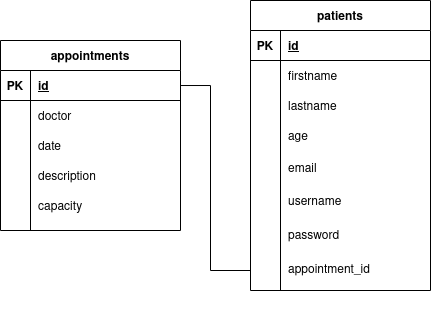
Earlier version of the draw.io export sketch/db.png (kevindoubleu/COMPFEST-Hospital). Source tidied: cells renumbered, new cells last; positions are measured from the earlier drawing's top-left corner, leaving out a move shared by most shapes. The source it was exported from:
```xml
<mxGraphModel>
  <root>
    <mxCell id="0" />
    <mxCell id="1" parent="0" />
    <mxCell id="2" value="appointments" style="shape=table;startSize=30;rowLines=0;fontStyle=1;align=center;" parent="1" vertex="1">
      <mxGeometry y="40" width="180" height="190" as="geometry" />
    </mxCell>
    <mxCell id="3" style="shape=partialRectangle;fillColor=none;top=0;left=0;bottom=1;right=0;points=[[0,0.5],[1,0.5]];portConstraint=eastwest;" parent="2" vertex="1">
      <mxGeometry y="30" width="180" height="30" as="geometry" />
    </mxCell>
    <mxCell id="4" value="PK" style="shape=partialRectangle;fillColor=none;top=0;left=0;bottom=0;right=0;fontStyle=1;overflow=hidden;" parent="3" vertex="1">
      <mxGeometry width="30" height="30" as="geometry" />
    </mxCell>
    <mxCell id="5" value="id" style="shape=partialRectangle;fillColor=none;top=0;left=0;bottom=0;right=0;align=left;spacingLeft=6;fontStyle=5;overflow=hidden;" parent="3" vertex="1">
      <mxGeometry x="30" width="150" height="30" as="geometry" />
    </mxCell>
    <mxCell id="6" style="shape=partialRectangle;fillColor=none;top=0;left=0;bottom=0;right=0;" parent="2" vertex="1">
      <mxGeometry y="60" width="180" height="30" as="geometry" />
    </mxCell>
    <mxCell id="7" style="shape=partialRectangle;fillColor=none;top=0;left=0;bottom=0;right=0;overflow=hidden;" parent="6" vertex="1">
      <mxGeometry width="30" height="30" as="geometry" />
    </mxCell>
    <mxCell id="8" value="doctor" style="shape=partialRectangle;fillColor=none;top=0;left=0;bottom=0;right=0;align=left;spacingLeft=6;overflow=hidden;" parent="6" vertex="1">
      <mxGeometry x="30" width="150" height="30" as="geometry" />
    </mxCell>
    <mxCell id="9" style="shape=partialRectangle;fillColor=none;top=0;left=0;bottom=0;right=0;" parent="2" vertex="1">
      <mxGeometry y="90" width="180" height="30" as="geometry" />
    </mxCell>
    <mxCell id="10" style="shape=partialRectangle;fillColor=none;top=0;left=0;bottom=0;right=0;overflow=hidden;" parent="9" vertex="1">
      <mxGeometry width="30" height="30" as="geometry" />
    </mxCell>
    <mxCell id="11" value="date" style="shape=partialRectangle;fillColor=none;top=0;left=0;bottom=0;right=0;align=left;spacingLeft=6;overflow=hidden;" parent="9" vertex="1">
      <mxGeometry x="30" width="150" height="30" as="geometry" />
    </mxCell>
    <mxCell id="12" style="shape=partialRectangle;fillColor=none;top=0;left=0;bottom=0;right=0;" parent="2" vertex="1">
      <mxGeometry y="120" width="180" height="30" as="geometry" />
    </mxCell>
    <mxCell id="13" style="shape=partialRectangle;fillColor=none;top=0;left=0;bottom=0;right=0;overflow=hidden;" parent="12" vertex="1">
      <mxGeometry width="30" height="30" as="geometry" />
    </mxCell>
    <mxCell id="14" value="description" style="shape=partialRectangle;fillColor=none;top=0;left=0;bottom=0;right=0;align=left;spacingLeft=6;overflow=hidden;" parent="12" vertex="1">
      <mxGeometry x="30" width="150" height="30" as="geometry" />
    </mxCell>
    <mxCell id="15" style="group;" parent="1" vertex="1">
      <mxGeometry x="250" width="180" height="310" as="geometry" />
    </mxCell>
    <mxCell id="16" value="patients" style="shape=table;startSize=30;rowLines=0;fontStyle=1;align=center;" parent="15" vertex="1">
      <mxGeometry width="180" height="290" as="geometry" />
    </mxCell>
    <mxCell id="17" style="shape=partialRectangle;fillColor=none;top=0;left=0;bottom=1;right=0;" parent="16" vertex="1">
      <mxGeometry y="30" width="180" height="30" as="geometry" />
    </mxCell>
    <mxCell id="18" value="PK" style="shape=partialRectangle;fillColor=none;top=0;left=0;bottom=0;right=0;fontStyle=1;overflow=hidden;" parent="17" vertex="1">
      <mxGeometry width="30" height="30" as="geometry" />
    </mxCell>
    <mxCell id="19" value="id" style="shape=partialRectangle;fillColor=none;top=0;left=0;bottom=0;right=0;align=left;spacingLeft=6;fontStyle=5;overflow=hidden;" parent="17" vertex="1">
      <mxGeometry x="30" width="150" height="30" as="geometry" />
    </mxCell>
    <mxCell id="20" style="shape=partialRectangle;fillColor=none;top=0;left=0;bottom=0;right=0;" parent="16" vertex="1">
      <mxGeometry y="60" width="180" height="30" as="geometry" />
    </mxCell>
    <mxCell id="21" style="shape=partialRectangle;fillColor=none;top=0;left=0;bottom=0;right=0;overflow=hidden;" parent="20" vertex="1">
      <mxGeometry width="30" height="30" as="geometry" />
    </mxCell>
    <mxCell id="22" value="firstname" style="shape=partialRectangle;fillColor=none;top=0;left=0;bottom=0;right=0;align=left;spacingLeft=6;overflow=hidden;" parent="20" vertex="1">
      <mxGeometry x="30" width="150" height="30" as="geometry" />
    </mxCell>
    <mxCell id="23" style="shape=partialRectangle;fillColor=none;top=0;left=0;bottom=0;right=0;" parent="16" vertex="1">
      <mxGeometry y="90" width="180" height="30" as="geometry" />
    </mxCell>
    <mxCell id="24" style="shape=partialRectangle;fillColor=none;top=0;left=0;bottom=0;right=0;overflow=hidden;" parent="23" vertex="1">
      <mxGeometry width="30" height="30" as="geometry" />
    </mxCell>
    <mxCell id="25" value="lastname" style="shape=partialRectangle;fillColor=none;top=0;left=0;bottom=0;right=0;align=left;spacingLeft=6;overflow=hidden;" parent="23" vertex="1">
      <mxGeometry x="30" width="150" height="30" as="geometry" />
    </mxCell>
    <mxCell id="26" style="shape=partialRectangle;fillColor=none;top=0;left=0;bottom=0;right=0;" parent="16" vertex="1">
      <mxGeometry y="120" width="180" height="30" as="geometry" />
    </mxCell>
    <mxCell id="27" style="shape=partialRectangle;fillColor=none;top=0;left=0;bottom=0;right=0;overflow=hidden;" parent="26" vertex="1">
      <mxGeometry width="30" height="30" as="geometry" />
    </mxCell>
    <mxCell id="28" value="age" style="shape=partialRectangle;fillColor=none;top=0;left=0;bottom=0;right=0;align=left;spacingLeft=6;overflow=hidden;" parent="26" vertex="1">
      <mxGeometry x="30" width="150" height="30" as="geometry" />
    </mxCell>
    <mxCell id="29" value="email" style="shape=partialRectangle;fillColor=none;top=0;left=0;bottom=0;right=0;align=left;spacingLeft=6;overflow=hidden;" parent="15" vertex="1">
      <mxGeometry x="30" y="150" width="150" height="33.6" as="geometry" />
    </mxCell>
    <mxCell id="30" value="username" style="shape=partialRectangle;fillColor=none;top=0;left=0;bottom=0;right=0;align=left;spacingLeft=6;overflow=hidden;" parent="15" vertex="1">
      <mxGeometry x="30" y="183.6" width="150" height="33.6" as="geometry" />
    </mxCell>
    <mxCell id="31" value="password" style="shape=partialRectangle;fillColor=none;top=0;left=0;bottom=0;right=0;align=left;spacingLeft=6;overflow=hidden;" parent="15" vertex="1">
      <mxGeometry x="30" y="217.2" width="150" height="33.6" as="geometry" />
    </mxCell>
    <mxCell id="32" value="appointment_id" style="shape=partialRectangle;fillColor=none;top=0;left=0;bottom=0;right=0;align=left;spacingLeft=6;overflow=hidden;" parent="15" vertex="1">
      <mxGeometry x="30" y="250.8" width="150" height="33.6" as="geometry" />
    </mxCell>
    <mxCell id="33" style="edgeStyle=orthogonalEdgeStyle;rounded=0;jettySize=auto;html=1;endArrow=none;endFill=0;" parent="1" edge="1" source="3">
      <mxGeometry relative="1" as="geometry">
        <mxPoint x="250" y="270" as="targetPoint" />
        <Array as="points">
          <mxPoint x="210" y="85" />
          <mxPoint x="210" y="270" />
        </Array>
      </mxGeometry>
    </mxCell>
    <mxCell id="34" value="capacity" style="shape=partialRectangle;fillColor=none;top=0;left=0;bottom=0;right=0;align=left;spacingLeft=6;overflow=hidden;" parent="1" vertex="1">
      <mxGeometry x="30" y="190" width="150" height="30" as="geometry" />
    </mxCell>
  </root>
</mxGraphModel>
```
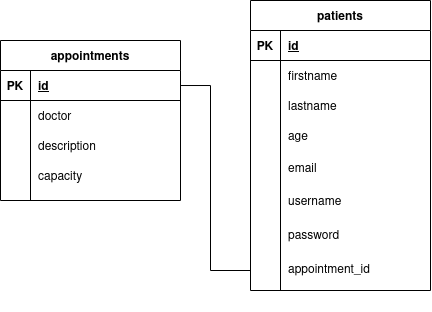
The same diagram one commit later.

What changed in the source:
```diff
@@ -3,7 +3,7 @@
     <mxCell id="0" />
     <mxCell id="1" parent="0" />
     <mxCell id="2" value="appointments" style="shape=table;startSize=30;rowLines=0;fontStyle=1;align=center;" parent="1" vertex="1">
-      <mxGeometry y="40" width="180" height="190" as="geometry" />
+      <mxGeometry y="40" width="180" height="160" as="geometry" />
     </mxCell>
     <mxCell id="3" style="shape=partialRectangle;fillColor=none;top=0;left=0;bottom=1;right=0;points=[[0,0.5],[1,0.5]];portConstraint=eastwest;" parent="2" vertex="1">
       <mxGeometry y="30" width="180" height="30" as="geometry" />
@@ -29,7 +29,7 @@
     <mxCell id="10" style="shape=partialRectangle;fillColor=none;top=0;left=0;bottom=0;right=0;overflow=hidden;" parent="9" vertex="1">
       <mxGeometry width="30" height="30" as="geometry" />
     </mxCell>
-    <mxCell id="11" value="date" style="shape=partialRectangle;fillColor=none;top=0;left=0;bottom=0;right=0;align=left;spacingLeft=6;overflow=hidden;" parent="9" vertex="1">
+    <mxCell id="11" value="description" style="shape=partialRectangle;fillColor=none;top=0;left=0;bottom=0;right=0;align=left;spacingLeft=6;overflow=hidden;" parent="9" vertex="1">
       <mxGeometry x="30" width="150" height="30" as="geometry" />
     </mxCell>
     <mxCell id="12" style="shape=partialRectangle;fillColor=none;top=0;left=0;bottom=0;right=0;" parent="2" vertex="1">
@@ -38,7 +38,7 @@
     <mxCell id="13" style="shape=partialRectangle;fillColor=none;top=0;left=0;bottom=0;right=0;overflow=hidden;" parent="12" vertex="1">
       <mxGeometry width="30" height="30" as="geometry" />
     </mxCell>
-    <mxCell id="14" value="description" style="shape=partialRectangle;fillColor=none;top=0;left=0;bottom=0;right=0;align=left;spacingLeft=6;overflow=hidden;" parent="12" vertex="1">
+    <mxCell id="14" value="capacity" style="shape=partialRectangle;fillColor=none;top=0;left=0;bottom=0;right=0;align=left;spacingLeft=6;overflow=hidden;" parent="12" vertex="1">
       <mxGeometry x="30" width="150" height="30" as="geometry" />
     </mxCell>
     <mxCell id="15" style="group;" parent="1" vertex="1">
@@ -104,8 +104,5 @@
         </Array>
       </mxGeometry>
     </mxCell>
-    <mxCell id="34" value="capacity" style="shape=partialRectangle;fillColor=none;top=0;left=0;bottom=0;right=0;align=left;spacingLeft=6;overflow=hidden;" parent="1" vertex="1">
-      <mxGeometry x="30" y="190" width="150" height="30" as="geometry" />
-    </mxCell>
   </root>
 </mxGraphModel>
```
